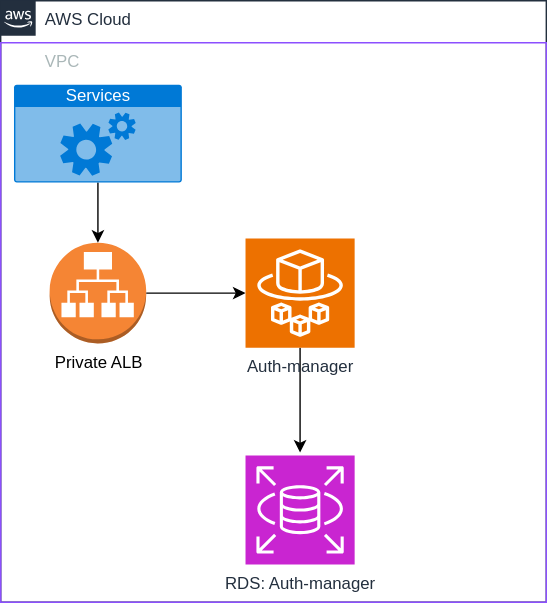
Earlier version of the draw.io export docs/modules/auth-manager/resources/1_main.drawio.svg (openbraininstitute/platform-docs). Source tidied: cells renumbered, new cells last; positions are measured from the earlier drawing's top-left corner, leaving out a move shared by most shapes.
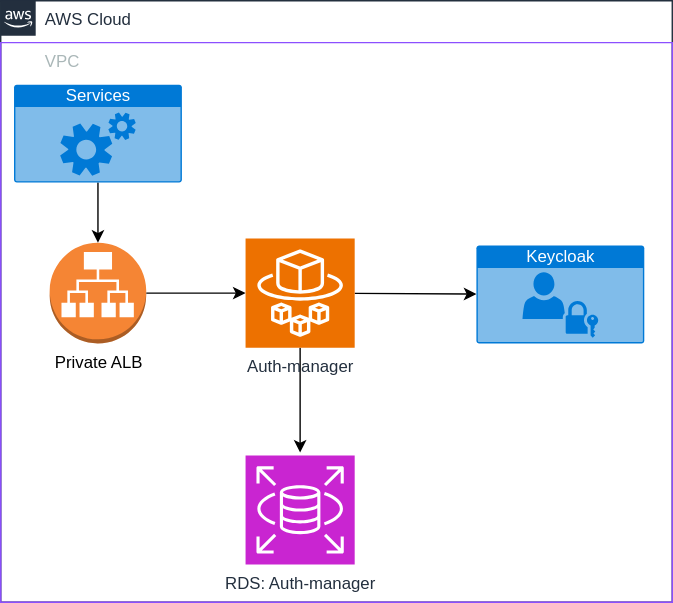
After the change.

Change to the diagram source:
```diff
@@ -3,10 +3,10 @@
     <mxCell id="0" />
     <mxCell id="1" parent="0" />
     <mxCell id="2" value="AWS Cloud" style="gradientColor=none;html=1;whiteSpace=wrap;fontSize=12;fontStyle=0;shape=mxgraph.aws4.group;grIcon=mxgraph.aws4.group_aws_cloud_alt;strokeColor=#232F3E;fillColor=none;verticalAlign=top;align=left;spacingLeft=30;fontColor=#232F3E;dashed=0;" parent="1" vertex="1">
-      <mxGeometry width="390" height="430" as="geometry" />
+      <mxGeometry width="480" height="430" as="geometry" />
     </mxCell>
     <mxCell id="3" value="VPC" style="gradientColor=none;html=1;whiteSpace=wrap;fontSize=12;fontStyle=0;shape=mxgraph.aws4.group;grIcon=mxgraph.aws4.group_vpc2;strokeColor=#8C4FFF;fillColor=none;verticalAlign=top;align=left;spacingLeft=30;fontColor=#AAB7B8;dashed=0;" parent="2" vertex="1">
-      <mxGeometry y="30" width="390" height="400" as="geometry" />
+      <mxGeometry y="30" width="480" height="400" as="geometry" />
     </mxCell>
     <mxCell id="4" style="edgeStyle=orthogonalEdgeStyle;rounded=0;jettySize=auto;html=1;" parent="3" edge="1" source="5" target="7">
       <mxGeometry relative="1" as="geometry" />
@@ -19,6 +19,9 @@
         <mxPoint x="214" y="293" as="targetPoint" />
       </mxGeometry>
     </mxCell>
+    <mxCell id="11" style="edgeStyle=none;html=1;" parent="3" edge="1" source="7" target="12">
+      <mxGeometry relative="1" as="geometry" />
+    </mxCell>
     <mxCell id="7" value="Auth-manager" style="sketch=0;points=[[0,0,0],[0.25,0,0],[0.5,0,0],[0.75,0,0],[1,0,0],[0,1,0],[0.25,1,0],[0.5,1,0],[0.75,1,0],[1,1,0],[0,0.25,0],[0,0.5,0],[0,0.75,0],[1,0.25,0],[1,0.5,0],[1,0.75,0]];outlineConnect=0;fontColor=#232F3E;fillColor=#ED7100;strokeColor=#ffffff;dashed=0;verticalLabelPosition=bottom;verticalAlign=top;align=center;html=1;fontSize=12;fontStyle=0;shape=mxgraph.aws4.resourceIcon;resIcon=mxgraph.aws4.fargate;" parent="3" vertex="1">
       <mxGeometry x="175" y="140" width="78" height="78" as="geometry" />
     </mxCell>
@@ -31,5 +34,8 @@
     <mxCell id="10" value="Services" style="html=1;whiteSpace=wrap;strokeColor=none;fillColor=#0079D6;labelPosition=center;verticalLabelPosition=middle;verticalAlign=top;align=center;fontSize=12;outlineConnect=0;spacingTop=-6;fontColor=#FFFFFF;sketch=0;shape=mxgraph.sitemap.services;" parent="3" vertex="1">
       <mxGeometry x="9.5" y="30" width="120" height="70" as="geometry" />
     </mxCell>
+    <mxCell id="12" value="Keycloak" style="html=1;strokeColor=none;fillColor=#0079D6;labelPosition=center;verticalLabelPosition=middle;verticalAlign=top;align=center;fontSize=12;outlineConnect=0;spacingTop=-6;fontColor=#FFFFFF;sketch=0;shape=mxgraph.sitemap.login;" parent="3" vertex="1">
+      <mxGeometry x="340" y="145" width="120" height="70" as="geometry" />
+    </mxCell>
   </root>
 </mxGraphModel>
```
